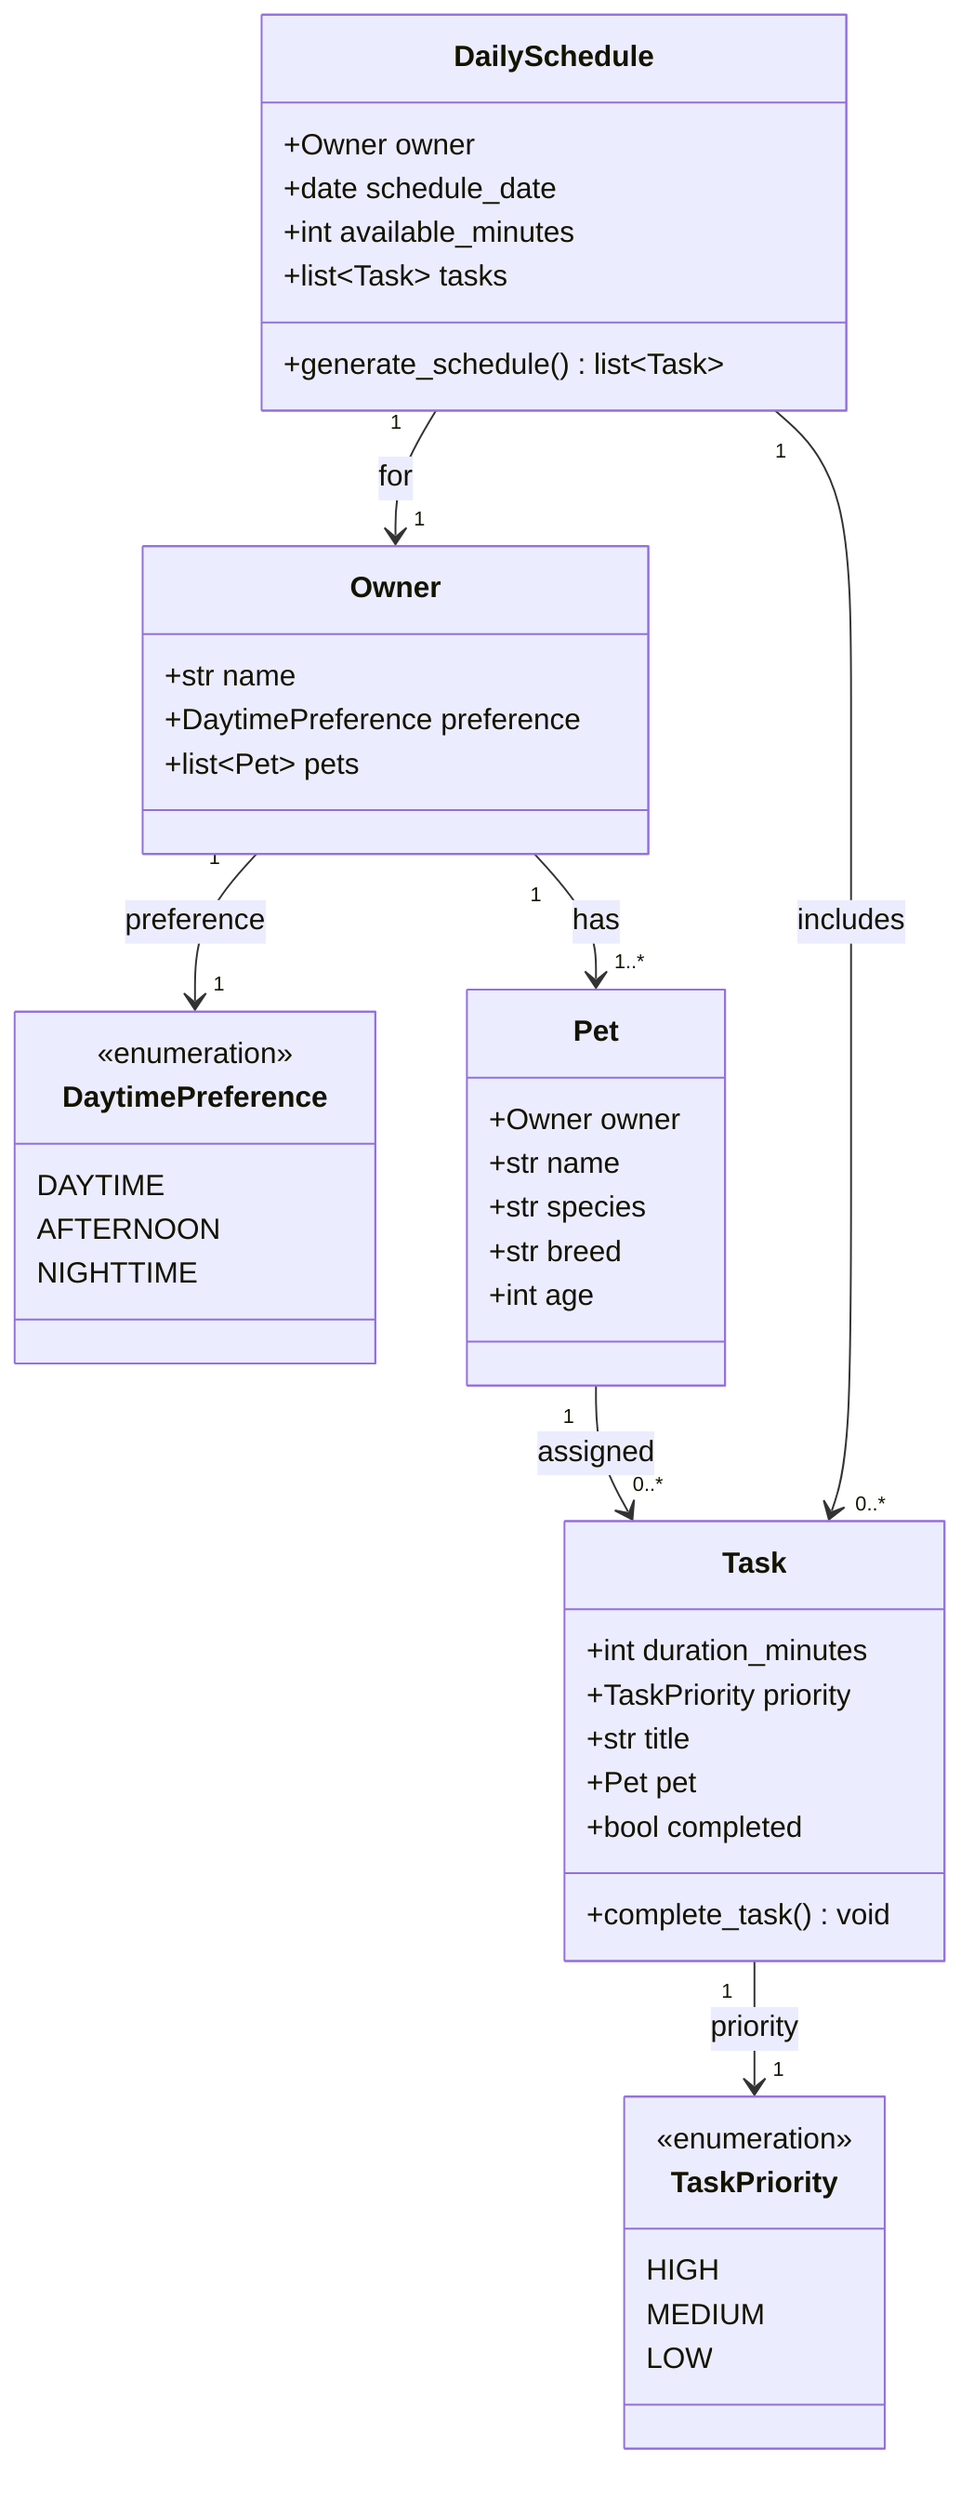
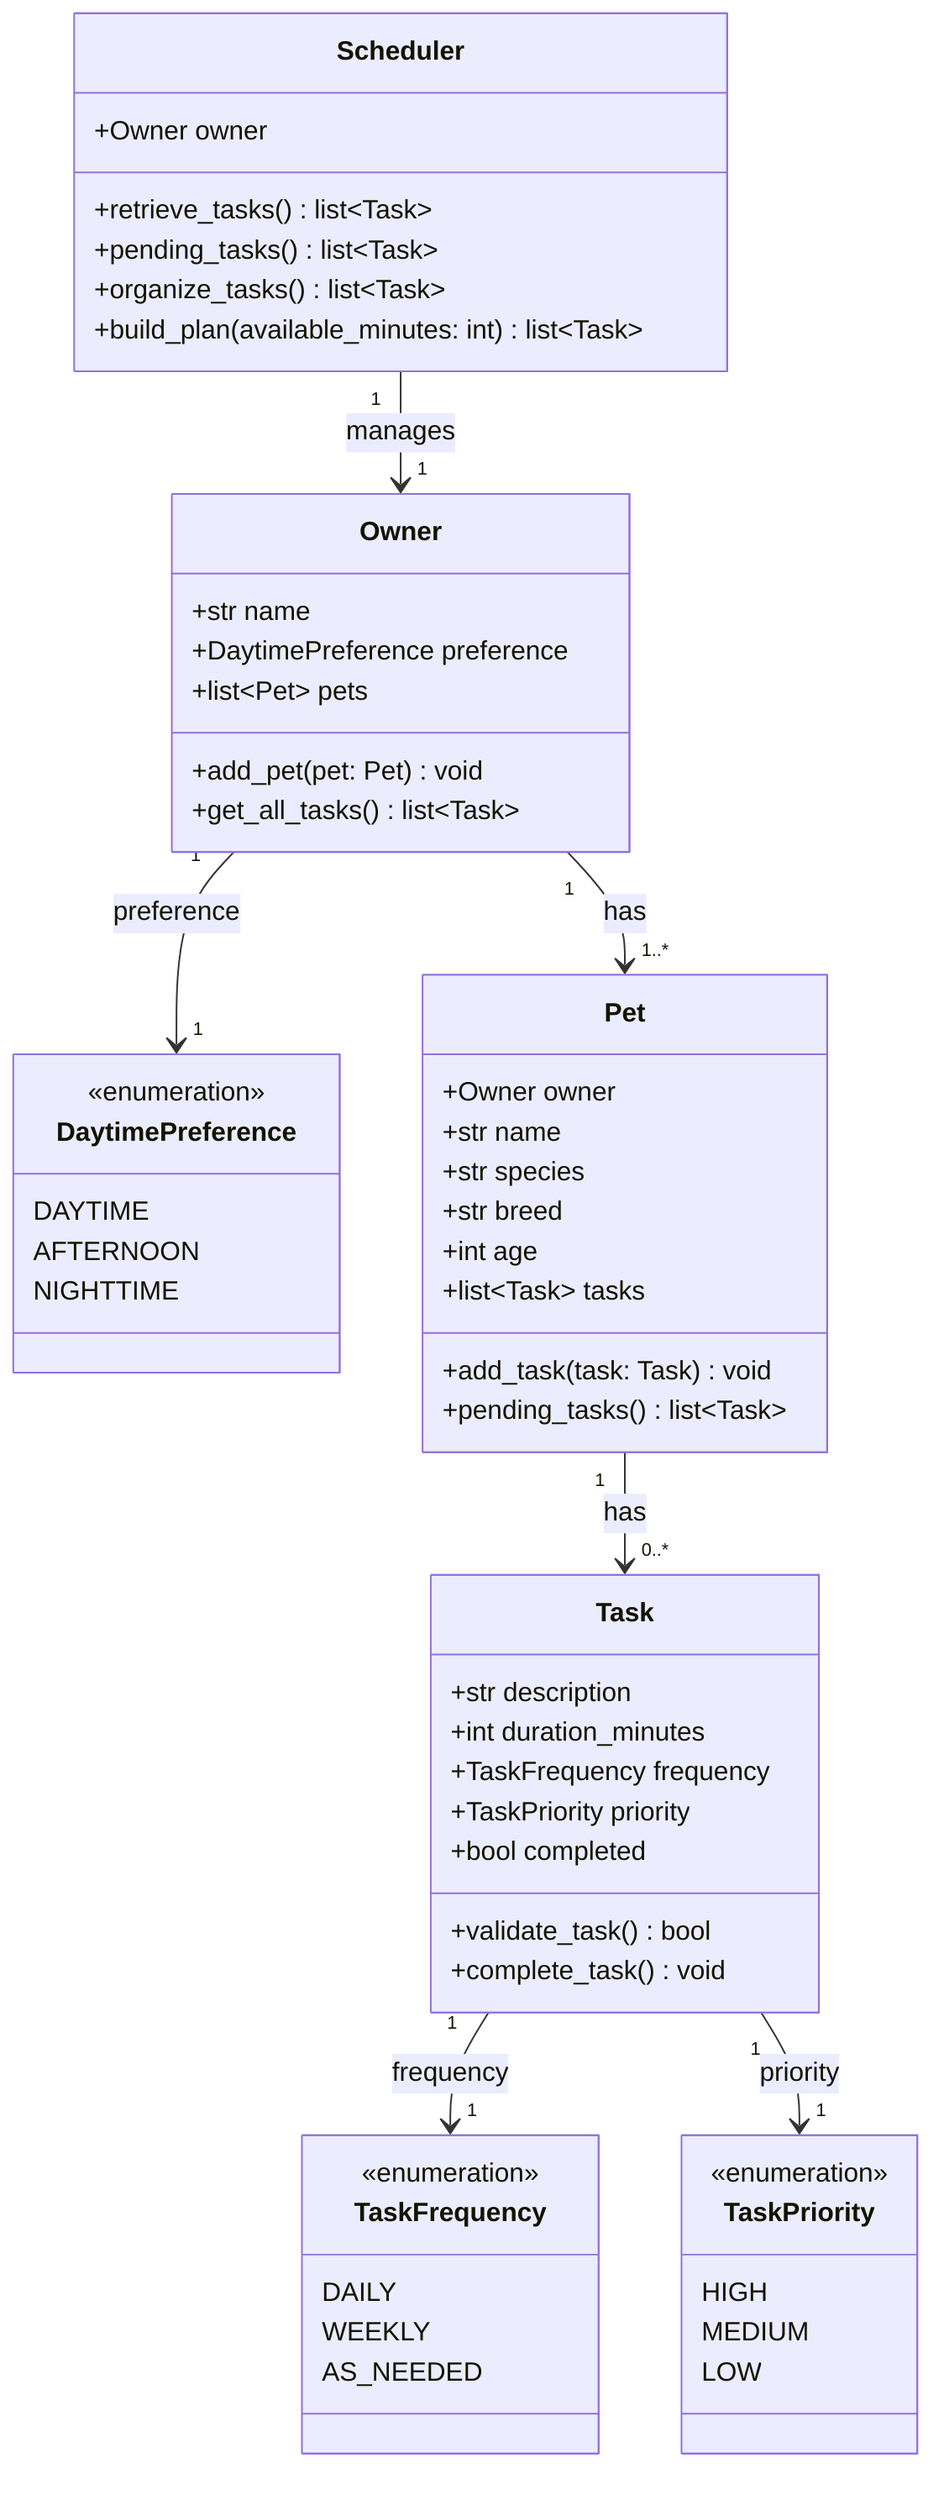
classDiagram
    class DaytimePreference {
        <<enumeration>>
        DAYTIME
        AFTERNOON
        NIGHTTIME
    }

    class TaskPriority {
        <<enumeration>>
        HIGH
        MEDIUM
        LOW
    }

+     class TaskFrequency {
+         <<enumeration>>
+         DAILY
+         WEEKLY
+         AS_NEEDED
+     }
+ 
    class Owner {
        +str name
        +DaytimePreference preference
        +list~Pet~ pets
+         +add_pet(pet: Pet) void
+         +get_all_tasks() list~Task~
    }

    class Pet {
        +Owner owner
        +str name
        +str species
        +str breed
        +int age
+         +list~Task~ tasks
+         +add_task(task: Task) void
+         +pending_tasks() list~Task~
    }

    class Task {
+         +str description
        +int duration_minutes
+         +TaskFrequency frequency
        +TaskPriority priority
-         +str title
-         +Pet pet
        +bool completed
+         +validate_task() bool
        +complete_task() void
    }

-     class DailySchedule {
+     class Scheduler {
        +Owner owner
-         +date schedule_date
-         +int available_minutes
-         +list~Task~ tasks
-         +generate_schedule() list~Task~
+         +retrieve_tasks() list~Task~
+         +pending_tasks() list~Task~
+         +organize_tasks() list~Task~
+         +build_plan(available_minutes: int) list~Task~
    }

    Owner "1" --> "1" DaytimePreference : preference
    Owner "1" --> "1..*" Pet : has
-     Pet "1" --> "0..*" Task : assigned
+     Pet "1" --> "0..*" Task : has
+     Task "1" --> "1" TaskFrequency : frequency
    Task "1" --> "1" TaskPriority : priority
-     DailySchedule "1" --> "1" Owner : for
-     DailySchedule "1" --> "0..*" Task : includes
+     Scheduler "1" --> "1" Owner : manages
